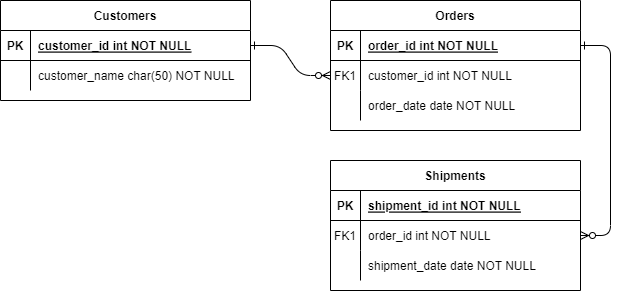
The draw.io diagram RPM-Db.drawio.png in bekair/RPM-API, before a commit. Source tidied: cells renumbered, new cells last; positions are measured from the earlier drawing's top-left corner, leaving out a move shared by most shapes.
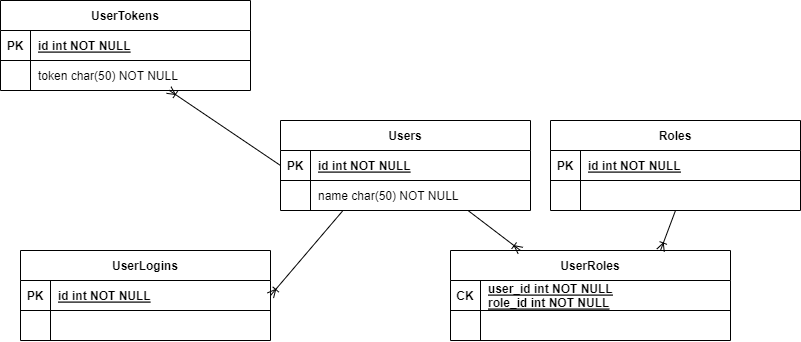
Later version of the same file.

The edit, as a diff of the source:
```diff
@@ -2,14 +2,8 @@
   <root>
     <mxCell id="0" />
     <mxCell id="1" parent="0" />
-    <mxCell id="2" style="edgeStyle=entityRelationEdgeStyle;endArrow=ERzeroToMany;startArrow=ERone;endFill=1;startFill=0;" parent="1" edge="1" source="25" target="8">
-      <mxGeometry relative="1" as="geometry" />
-    </mxCell>
-    <mxCell id="3" style="edgeStyle=entityRelationEdgeStyle;endArrow=ERzeroToMany;startArrow=ERone;endFill=1;startFill=0;" parent="1" edge="1" source="5" target="18">
-      <mxGeometry relative="1" as="geometry" />
-    </mxCell>
-    <mxCell id="4" value="Orders" style="shape=table;startSize=30;rowLines=0;fontStyle=1;align=center;" parent="1" vertex="1">
-      <mxGeometry x="330" width="250" height="130" as="geometry" />
+    <mxCell id="4" value="Roles" style="shape=table;startSize=30;rowLines=0;fontStyle=1;align=center;" parent="1" vertex="1">
+      <mxGeometry x="450" y="180" width="250" height="90" as="geometry" />
     </mxCell>
     <mxCell id="5" style="shape=partialRectangle;fillColor=none;points=[[0,0.5],[1,0.5]];portConstraint=eastwest;top=0;left=0;right=0;bottom=1;" parent="4" vertex="1">
       <mxGeometry y="30" width="250" height="30" as="geometry" />
@@ -17,59 +11,41 @@
     <mxCell id="6" value="PK" style="shape=partialRectangle;overflow=hidden;fillColor=none;top=0;left=0;bottom=0;right=0;fontStyle=1;" parent="5" vertex="1">
       <mxGeometry width="30" height="30" as="geometry" />
     </mxCell>
-    <mxCell id="7" value="order_id int NOT NULL " style="shape=partialRectangle;overflow=hidden;fillColor=none;top=0;left=0;bottom=0;right=0;align=left;spacingLeft=6;fontStyle=5;" parent="5" vertex="1">
+    <mxCell id="7" value="id int NOT NULL " style="shape=partialRectangle;overflow=hidden;fillColor=none;top=0;left=0;bottom=0;right=0;align=left;spacingLeft=6;fontStyle=5;" parent="5" vertex="1">
       <mxGeometry x="30" width="220" height="30" as="geometry" />
     </mxCell>
     <mxCell id="8" style="shape=partialRectangle;fillColor=none;points=[[0,0.5],[1,0.5]];portConstraint=eastwest;top=0;left=0;right=0;bottom=0;" parent="4" vertex="1">
       <mxGeometry y="60" width="250" height="30" as="geometry" />
     </mxCell>
-    <mxCell id="9" value="FK1" style="shape=partialRectangle;overflow=hidden;fillColor=none;top=0;left=0;bottom=0;right=0;" parent="8" vertex="1">
+    <mxCell id="9" style="shape=partialRectangle;overflow=hidden;fillColor=none;top=0;left=0;bottom=0;right=0;" parent="8" vertex="1">
       <mxGeometry width="30" height="30" as="geometry" />
     </mxCell>
-    <mxCell id="10" value="customer_id int NOT NULL" style="shape=partialRectangle;overflow=hidden;fillColor=none;top=0;left=0;bottom=0;right=0;align=left;spacingLeft=6;" parent="8" vertex="1">
+    <mxCell id="10" style="shape=partialRectangle;overflow=hidden;fillColor=none;top=0;left=0;bottom=0;right=0;align=left;spacingLeft=6;" parent="8" vertex="1">
       <mxGeometry x="30" width="220" height="30" as="geometry" />
     </mxCell>
-    <mxCell id="11" style="shape=partialRectangle;fillColor=none;top=0;left=0;right=0;bottom=0;" parent="4" vertex="1">
-      <mxGeometry y="90" width="250" height="30" as="geometry" />
-    </mxCell>
-    <mxCell id="12" style="shape=partialRectangle;overflow=hidden;fillColor=none;top=0;left=0;bottom=0;right=0;" parent="11" vertex="1">
-      <mxGeometry width="30" height="30" as="geometry" />
-    </mxCell>
-    <mxCell id="13" value="order_date date NOT NULL" style="shape=partialRectangle;overflow=hidden;fillColor=none;top=0;left=0;bottom=0;right=0;align=left;spacingLeft=6;" parent="11" vertex="1">
-      <mxGeometry x="30" width="220" height="30" as="geometry" />
-    </mxCell>
-    <mxCell id="14" value="Shipments" style="shape=table;startSize=30;rowLines=0;fontStyle=1;align=center;" parent="1" vertex="1">
-      <mxGeometry x="330" y="160" width="250" height="130" as="geometry" />
+    <mxCell id="14" value="UserRoles" style="shape=table;startSize=30;rowLines=0;fontStyle=1;align=center;" parent="1" vertex="1">
+      <mxGeometry x="350" y="310" width="280" height="90" as="geometry" />
     </mxCell>
     <mxCell id="15" style="shape=partialRectangle;fillColor=none;top=0;left=0;right=0;bottom=1;" parent="14" vertex="1">
-      <mxGeometry y="30" width="250" height="30" as="geometry" />
+      <mxGeometry y="30" width="280" height="30" as="geometry" />
     </mxCell>
-    <mxCell id="16" value="PK" style="shape=partialRectangle;overflow=hidden;fillColor=none;top=0;left=0;bottom=0;right=0;fontStyle=1;" parent="15" vertex="1">
+    <mxCell id="16" value="CK" style="shape=partialRectangle;overflow=hidden;fillColor=none;top=0;left=0;bottom=0;right=0;fontStyle=1;" parent="15" vertex="1">
       <mxGeometry width="30" height="30" as="geometry" />
     </mxCell>
-    <mxCell id="17" value="shipment_id int NOT NULL " style="shape=partialRectangle;overflow=hidden;fillColor=none;top=0;left=0;bottom=0;right=0;align=left;spacingLeft=6;fontStyle=5;" parent="15" vertex="1">
-      <mxGeometry x="30" width="220" height="30" as="geometry" />
+    <mxCell id="17" value="user_id int NOT NULL &#10;role_id int NOT NULL" style="shape=partialRectangle;overflow=hidden;fillColor=none;top=0;left=0;bottom=0;right=0;align=left;spacingLeft=6;fontStyle=5;" parent="15" vertex="1">
+      <mxGeometry x="30" width="250" height="30" as="geometry" />
     </mxCell>
     <mxCell id="18" style="shape=partialRectangle;fillColor=none;points=[[0,0.5],[1,0.5]];portConstraint=eastwest;top=0;left=0;right=0;bottom=0;" parent="14" vertex="1">
-      <mxGeometry y="60" width="250" height="30" as="geometry" />
+      <mxGeometry y="60" width="280" height="30" as="geometry" />
     </mxCell>
-    <mxCell id="19" value="FK1" style="shape=partialRectangle;overflow=hidden;fillColor=none;top=0;left=0;bottom=0;right=0;" parent="18" vertex="1">
+    <mxCell id="19" style="shape=partialRectangle;overflow=hidden;fillColor=none;top=0;left=0;bottom=0;right=0;" parent="18" vertex="1">
       <mxGeometry width="30" height="30" as="geometry" />
     </mxCell>
-    <mxCell id="20" value="order_id int NOT NULL" style="shape=partialRectangle;overflow=hidden;fillColor=none;top=0;left=0;bottom=0;right=0;align=left;spacingLeft=6;" parent="18" vertex="1">
-      <mxGeometry x="30" width="220" height="30" as="geometry" />
+    <mxCell id="20" style="shape=partialRectangle;overflow=hidden;fillColor=none;top=0;left=0;bottom=0;right=0;align=left;spacingLeft=6;" parent="18" vertex="1">
+      <mxGeometry x="30" width="250" height="30" as="geometry" />
     </mxCell>
-    <mxCell id="21" style="shape=partialRectangle;fillColor=none;top=0;left=0;right=0;bottom=0;" parent="14" vertex="1">
-      <mxGeometry y="90" width="250" height="30" as="geometry" />
-    </mxCell>
-    <mxCell id="22" style="shape=partialRectangle;overflow=hidden;fillColor=none;top=0;left=0;bottom=0;right=0;" parent="21" vertex="1">
-      <mxGeometry width="30" height="30" as="geometry" />
-    </mxCell>
-    <mxCell id="23" value="shipment_date date NOT NULL" style="shape=partialRectangle;overflow=hidden;fillColor=none;top=0;left=0;bottom=0;right=0;align=left;spacingLeft=6;" parent="21" vertex="1">
-      <mxGeometry x="30" width="220" height="30" as="geometry" />
-    </mxCell>
-    <mxCell id="24" value="Customers" style="shape=table;startSize=30;rowLines=0;fontStyle=1;align=center;" parent="1" vertex="1">
-      <mxGeometry width="250" height="100" as="geometry" />
+    <mxCell id="24" value="Users" style="shape=table;startSize=30;rowLines=0;fontStyle=1;align=center;" parent="1" vertex="1">
+      <mxGeometry x="180" y="180" width="250" height="90" as="geometry" />
     </mxCell>
     <mxCell id="25" style="shape=partialRectangle;fillColor=none;points=[[0,0.5],[1,0.5]];portConstraint=eastwest;top=0;left=0;right=0;bottom=1;" parent="24" vertex="1">
       <mxGeometry y="30" width="250" height="30" as="geometry" />
@@ -77,7 +53,7 @@
     <mxCell id="26" value="PK" style="shape=partialRectangle;overflow=hidden;fillColor=none;top=0;left=0;bottom=0;right=0;fontStyle=1;" parent="25" vertex="1">
       <mxGeometry width="30" height="30" as="geometry" />
     </mxCell>
-    <mxCell id="27" value="customer_id int NOT NULL " style="shape=partialRectangle;overflow=hidden;fillColor=none;top=0;left=0;bottom=0;right=0;align=left;spacingLeft=6;fontStyle=5;" parent="25" vertex="1">
+    <mxCell id="27" value="id int NOT NULL " style="shape=partialRectangle;overflow=hidden;fillColor=none;top=0;left=0;bottom=0;right=0;align=left;spacingLeft=6;fontStyle=5;" parent="25" vertex="1">
       <mxGeometry x="30" width="220" height="30" as="geometry" />
     </mxCell>
     <mxCell id="28" style="shape=partialRectangle;fillColor=none;top=0;left=0;right=0;bottom=0;" parent="24" vertex="1">
@@ -86,8 +62,62 @@
     <mxCell id="29" style="shape=partialRectangle;overflow=hidden;fillColor=none;top=0;left=0;bottom=0;right=0;" parent="28" vertex="1">
       <mxGeometry width="30" height="30" as="geometry" />
     </mxCell>
-    <mxCell id="30" value="customer_name char(50) NOT NULL" style="shape=partialRectangle;overflow=hidden;fillColor=none;top=0;left=0;bottom=0;right=0;align=left;spacingLeft=6;" parent="28" vertex="1">
+    <mxCell id="30" value="name char(50) NOT NULL" style="shape=partialRectangle;overflow=hidden;fillColor=none;top=0;left=0;bottom=0;right=0;align=left;spacingLeft=6;" parent="28" vertex="1">
       <mxGeometry x="30" width="220" height="30" as="geometry" />
     </mxCell>
+    <mxCell id="31" style="fontSize=12;html=1;endArrow=ERoneToMany;rounded=0;exitX=0.75;exitY=1;exitDx=0;exitDy=0;entryX=0.25;entryY=0;entryDx=0;entryDy=0;" parent="1" edge="1" source="24" target="14">
+      <mxGeometry relative="1" as="geometry" />
+    </mxCell>
+    <mxCell id="32" style="fontSize=12;html=1;endArrow=ERoneToMany;rounded=0;exitX=0.5;exitY=1;exitDx=0;exitDy=0;entryX=0.75;entryY=0;entryDx=0;entryDy=0;" parent="1" edge="1" source="4" target="14">
+      <mxGeometry relative="1" as="geometry" />
+    </mxCell>
+    <mxCell id="33" value="UserTokens" style="shape=table;startSize=30;rowLines=0;fontStyle=1;align=center;" parent="1" vertex="1">
+      <mxGeometry x="-100" y="60" width="250" height="90" as="geometry" />
+    </mxCell>
+    <mxCell id="34" style="shape=partialRectangle;fillColor=none;top=0;left=0;right=0;bottom=1;" parent="33" vertex="1">
+      <mxGeometry y="30" width="250" height="30" as="geometry" />
+    </mxCell>
+    <mxCell id="35" value="PK" style="shape=partialRectangle;overflow=hidden;fillColor=none;top=0;left=0;bottom=0;right=0;fontStyle=1;" parent="34" vertex="1">
+      <mxGeometry width="30" height="30" as="geometry" />
+    </mxCell>
+    <mxCell id="36" value="id int NOT NULL " style="shape=partialRectangle;overflow=hidden;fillColor=none;top=0;left=0;bottom=0;right=0;align=left;spacingLeft=6;fontStyle=5;" parent="34" vertex="1">
+      <mxGeometry x="30" width="220" height="30" as="geometry" />
+    </mxCell>
+    <mxCell id="37" style="shape=partialRectangle;fillColor=none;points=[[0,0.5],[1,0.5]];portConstraint=eastwest;top=0;left=0;right=0;bottom=0;" parent="33" vertex="1">
+      <mxGeometry y="60" width="250" height="30" as="geometry" />
+    </mxCell>
+    <mxCell id="38" style="shape=partialRectangle;overflow=hidden;fillColor=none;top=0;left=0;bottom=0;right=0;" parent="37" vertex="1">
+      <mxGeometry width="30" height="30" as="geometry" />
+    </mxCell>
+    <mxCell id="39" value="token char(50) NOT NULL" style="shape=partialRectangle;overflow=hidden;fillColor=none;top=0;left=0;bottom=0;right=0;align=left;spacingLeft=6;" parent="37" vertex="1">
+      <mxGeometry x="30" width="220" height="30" as="geometry" />
+    </mxCell>
+    <mxCell id="40" style="fontSize=12;html=1;endArrow=ERoneToMany;rounded=0;exitX=0;exitY=0.5;exitDx=0;exitDy=0;entryX=0.673;entryY=0.984;entryDx=0;entryDy=0;entryPerimeter=0;" parent="1" edge="1" source="25" target="37">
+      <mxGeometry relative="1" as="geometry" />
+    </mxCell>
+    <mxCell id="41" value="UserLogins" style="shape=table;startSize=30;rowLines=0;fontStyle=1;align=center;" parent="1" vertex="1">
+      <mxGeometry x="-80" y="310" width="250" height="90" as="geometry" />
+    </mxCell>
+    <mxCell id="42" style="shape=partialRectangle;fillColor=none;points=[[0,0.5],[1,0.5]];portConstraint=eastwest;top=0;left=0;right=0;bottom=1;" parent="41" vertex="1">
+      <mxGeometry y="30" width="250" height="30" as="geometry" />
+    </mxCell>
+    <mxCell id="43" value="PK" style="shape=partialRectangle;overflow=hidden;fillColor=none;top=0;left=0;bottom=0;right=0;fontStyle=1;" parent="42" vertex="1">
+      <mxGeometry width="30" height="30" as="geometry" />
+    </mxCell>
+    <mxCell id="44" value="id int NOT NULL " style="shape=partialRectangle;overflow=hidden;fillColor=none;top=0;left=0;bottom=0;right=0;align=left;spacingLeft=6;fontStyle=5;" parent="42" vertex="1">
+      <mxGeometry x="30" width="220" height="30" as="geometry" />
+    </mxCell>
+    <mxCell id="45" style="shape=partialRectangle;fillColor=none;top=0;left=0;right=0;bottom=0;" parent="41" vertex="1">
+      <mxGeometry y="60" width="250" height="30" as="geometry" />
+    </mxCell>
+    <mxCell id="46" style="shape=partialRectangle;overflow=hidden;fillColor=none;top=0;left=0;bottom=0;right=0;" parent="45" vertex="1">
+      <mxGeometry width="30" height="30" as="geometry" />
+    </mxCell>
+    <mxCell id="47" style="shape=partialRectangle;overflow=hidden;fillColor=none;top=0;left=0;bottom=0;right=0;align=left;spacingLeft=6;" parent="45" vertex="1">
+      <mxGeometry x="30" width="220" height="30" as="geometry" />
+    </mxCell>
+    <mxCell id="48" style="fontSize=12;html=1;endArrow=ERoneToMany;rounded=0;exitX=0.25;exitY=1;exitDx=0;exitDy=0;entryX=1;entryY=0.5;entryDx=0;entryDy=0;" parent="1" edge="1" source="24" target="42">
+      <mxGeometry relative="1" as="geometry" />
+    </mxCell>
   </root>
 </mxGraphModel>
```
